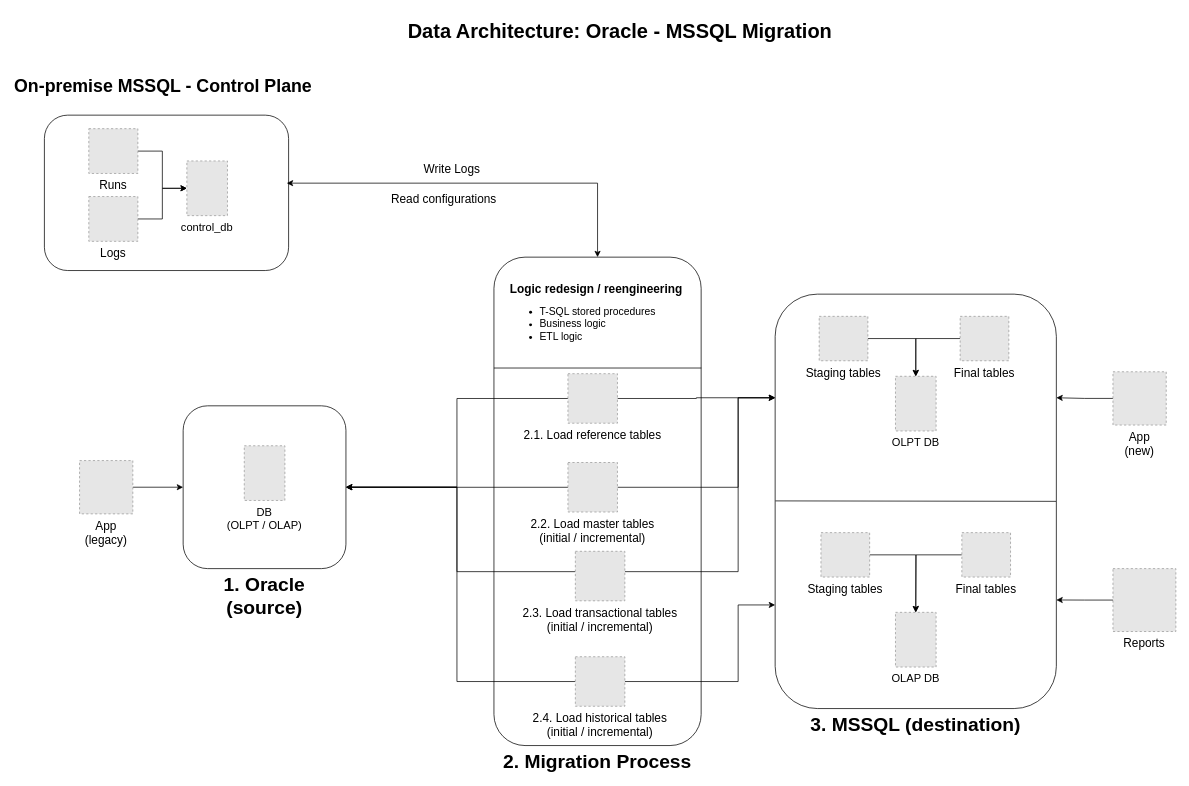
Earlier version of the draw.io diagram on_premise/oracle_mssql_migration/docs/data_processing_design.drawio (WilderJoseth/data-engineering-projects). Source tidied: cells renumbered, new cells numbered last; positions are measured from the earlier drawing's top-left corner, leaving out a move shared by most shapes. Both pictures are drawn from the tidied source at 74%, with x=0, y=0 at pixel (13, 13). Pictures stored in the file or linked from it are replaced by grey dashed boxes.
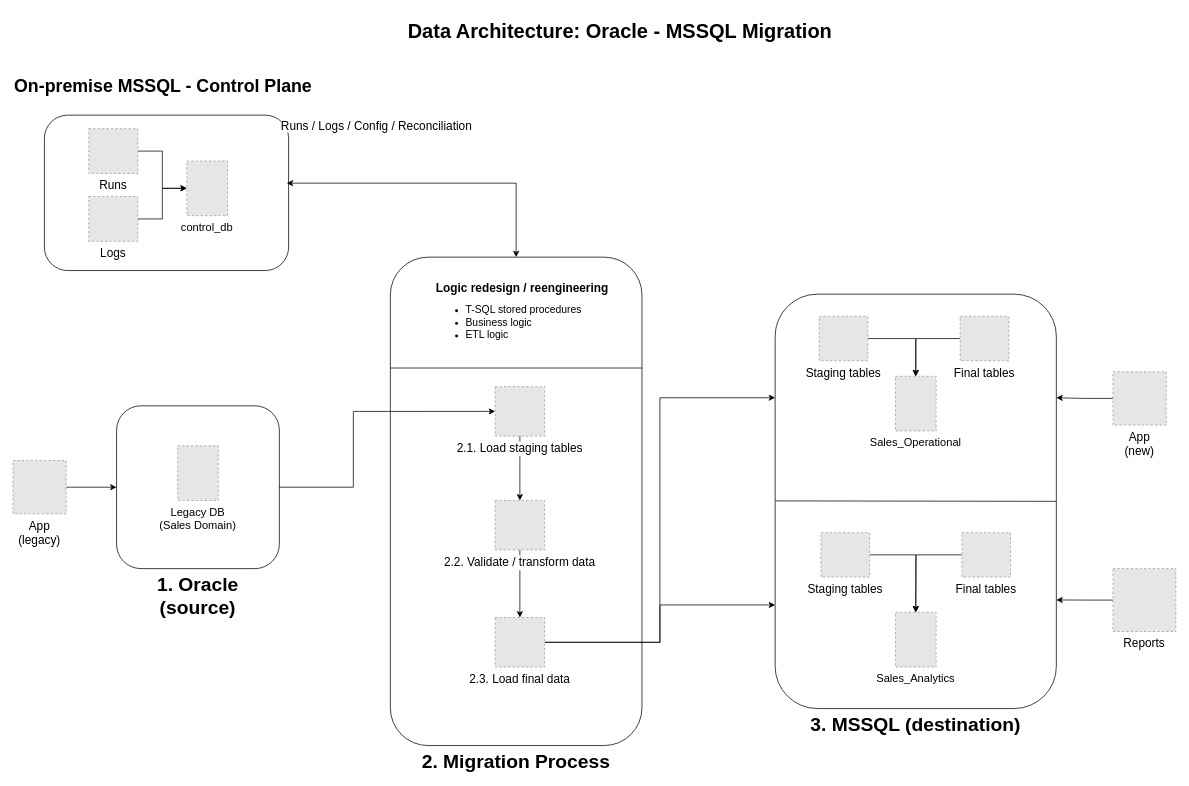
The same diagram, later.

The change refers to these unchanged cells:
```xml
<mxCell id="3" value="3. MSSQL (destination)" style="rounded=1;whiteSpace=wrap;html=1;fillColor=none;labelPosition=center;verticalLabelPosition=bottom;align=center;verticalAlign=top;fontSize=26;fontStyle=1;" parent="1" vertex="1">
  <mxGeometry x="1030" y="380" width="380" height="560" as="geometry" />
</mxCell>
```

What changed in the source:
```diff
@@
+    <mxCell id="48" style="edgeStyle=orthogonalEdgeStyle;rounded=0;jettySize=auto;html=1;entryX=0;entryY=0.5;entryDx=0;entryDy=0;" parent="1" edge="1" source="2" target="19">
+      <mxGeometry relative="1" as="geometry">
+        <Array as="points">
+          <mxPoint x="460" y="641" />
+          <mxPoint x="460" y="539" />
+        </Array>
+      </mxGeometry>
+    </mxCell>
     <mxCell id="2" value="&lt;font&gt;1. Oracle (source)&lt;/font&gt;" style="rounded=1;whiteSpace=wrap;html=1;fillColor=none;labelPosition=center;verticalLabelPosition=bottom;align=center;verticalAlign=top;fontSize=26;fontStyle=1;" parent="1" vertex="1">
-      <mxGeometry x="230" y="530.9" width="220" height="220" as="geometry" />
+      <mxGeometry x="140" y="530.9" width="220" height="220" as="geometry" />
     </mxCell>
@@
     <mxCell id="11" style="endArrow=classic;startArrow=classic;html=1;rounded=0;entryX=0.5;entryY=0;entryDx=0;entryDy=0;edgeStyle=orthogonalEdgeStyle;" parent="1" edge="1" target="16">
       <mxGeometry relative="1" as="geometry">
         <mxPoint x="370" y="230" as="sourcePoint" />
         <Array as="points">
-          <mxPoint x="790" y="230" />
+          <mxPoint x="680" y="230" />
         </Array>
       </mxGeometry>
     </mxCell>
-    <mxCell id="12" value="Read configurations" style="edgeLabel;html=1;align=center;verticalAlign=middle;fontSize=16;" parent="11" vertex="1">
-      <mxGeometry x="-0.19" y="-2" relative="1" as="geometry">
-        <mxPoint y="18" as="offset" />
-      </mxGeometry>
-    </mxCell>
-    <mxCell id="13" value="&lt;font style=&quot;font-size: 16px;&quot;&gt;Write Logs&lt;/font&gt;" style="edgeLabel;html=1;align=center;verticalAlign=middle;" parent="11" vertex="1">
+    <mxCell id="13" value="&lt;font style=&quot;font-size: 16px;&quot;&gt;Runs / Logs / Config / Reconciliation&lt;/font&gt;" style="edgeLabel;html=1;align=center;verticalAlign=middle;" parent="11" vertex="1">
       <mxGeometry x="0.53" y="-1" relative="1" as="geometry">
-        <mxPoint x="-176" y="-21" as="offset" />
+        <mxPoint x="-189" y="-83" as="offset" />
       </mxGeometry>
     </mxCell>
@@
     <mxCell id="15" value="App&#10;(legacy)" style="fillColor=#E6E6E6;strokeColor=#999999;dashed=1;verticalLabelPosition=bottom;labelBackgroundColor=default;verticalAlign=top;fontSize=16;" parent="1" vertex="1">
-      <mxGeometry x="90" y="604.9" width="72" height="72" as="geometry" />
+      <mxGeometry y="604.9" width="72" height="72" as="geometry" />
     </mxCell>
     <mxCell id="16" value="2. Migration Process" style="rounded=1;whiteSpace=wrap;html=1;fillColor=none;labelPosition=center;verticalLabelPosition=bottom;align=center;verticalAlign=top;fontSize=26;fontStyle=1;" parent="1" vertex="1">
-      <mxGeometry x="650" y="330" width="280" height="660" as="geometry" />
+      <mxGeometry x="510" y="330" width="340" height="660" as="geometry" />
     </mxCell>
-    <mxCell id="17" style="edgeStyle=orthogonalEdgeStyle;rounded=0;jettySize=auto;html=1;entryX=1;entryY=0.5;entryDx=0;entryDy=0;" parent="1" edge="1" source="19" target="2">
-      <mxGeometry relative="1" as="geometry" />
-    </mxCell>
-    <mxCell id="18" style="edgeStyle=orthogonalEdgeStyle;rounded=0;jettySize=auto;html=1;entryX=0;entryY=0.25;entryDx=0;entryDy=0;" parent="1" edge="1" source="19" target="3">
-      <mxGeometry relative="1" as="geometry" />
-    </mxCell>
+    <mxCell id="49" style="edgeStyle=orthogonalEdgeStyle;rounded=0;jettySize=auto;html=1;" parent="1" edge="1" source="19" target="22">
+      <mxGeometry relative="1" as="geometry" />
+    </mxCell>
-    <mxCell id="19" value="2.1. Load reference tables" style="fillColor=#E6E6E6;strokeColor=#999999;dashed=1;verticalLabelPosition=bottom;labelBackgroundColor=default;verticalAlign=top;fontSize=16;" parent="1" vertex="1">
-      <mxGeometry x="750" y="487.5" width="66.9" height="66.9" as="geometry" />
+    <mxCell id="19" value="2.1. Load staging tables" style="fillColor=#E6E6E6;strokeColor=#999999;dashed=1;verticalLabelPosition=bottom;labelBackgroundColor=default;verticalAlign=top;fontSize=16;" parent="1" vertex="1">
+      <mxGeometry x="651.6" y="505" width="66.9" height="66.9" as="geometry" />
     </mxCell>
-    <mxCell id="20" style="edgeStyle=orthogonalEdgeStyle;rounded=0;jettySize=auto;html=1;entryX=1;entryY=0.5;entryDx=0;entryDy=0;" parent="1" edge="1" source="22" target="2">
-      <mxGeometry relative="1" as="geometry" />
-    </mxCell>
-    <mxCell id="21" style="edgeStyle=orthogonalEdgeStyle;rounded=0;jettySize=auto;html=1;entryX=0;entryY=0.25;entryDx=0;entryDy=0;" parent="1" edge="1" source="22" target="3">
-      <mxGeometry relative="1" as="geometry">
-        <Array as="points">
-          <mxPoint x="980" y="641" />
-          <mxPoint x="980" y="520" />
-        </Array>
-      </mxGeometry>
-    </mxCell>
+    <mxCell id="50" style="edgeStyle=orthogonalEdgeStyle;rounded=0;jettySize=auto;html=1;" parent="1" edge="1" source="22" target="25">
+      <mxGeometry relative="1" as="geometry" />
+    </mxCell>
-    <mxCell id="22" value="2.2. Load master tables&#10;(initial / incremental)" style="fillColor=#E6E6E6;strokeColor=#999999;dashed=1;verticalLabelPosition=bottom;labelBackgroundColor=default;verticalAlign=top;fontSize=16;" parent="1" vertex="1">
-      <mxGeometry x="750" y="607.5" width="66.9" height="66.9" as="geometry" />
+    <mxCell id="22" value="2.2. Validate / transform data" style="fillColor=#E6E6E6;strokeColor=#999999;dashed=1;verticalLabelPosition=bottom;labelBackgroundColor=default;verticalAlign=top;fontSize=16;" parent="1" vertex="1">
+      <mxGeometry x="651.6" y="658.8" width="66.9" height="66.9" as="geometry" />
     </mxCell>
-    <mxCell id="23" style="edgeStyle=orthogonalEdgeStyle;rounded=0;jettySize=auto;html=1;entryX=1;entryY=0.5;entryDx=0;entryDy=0;" parent="1" edge="1" source="25" target="2">
-      <mxGeometry relative="1" as="geometry">
-        <Array as="points">
-          <mxPoint x="600" y="755" />
-          <mxPoint x="600" y="641" />
-        </Array>
-      </mxGeometry>
-    </mxCell>
-    <mxCell id="24" style="edgeStyle=orthogonalEdgeStyle;rounded=0;jettySize=auto;html=1;entryX=0;entryY=0.25;entryDx=0;entryDy=0;" parent="1" edge="1" source="25" target="3">
-      <mxGeometry relative="1" as="geometry">
-        <Array as="points">
-          <mxPoint x="980" y="755" />
-          <mxPoint x="980" y="520" />
-        </Array>
-      </mxGeometry>
-    </mxCell>
+    <mxCell id="51" style="edgeStyle=orthogonalEdgeStyle;rounded=0;jettySize=auto;html=1;entryX=0;entryY=0.25;entryDx=0;entryDy=0;" parent="1" edge="1" source="25" target="3">
+      <mxGeometry relative="1" as="geometry" />
+    </mxCell>
+    <mxCell id="52" style="edgeStyle=orthogonalEdgeStyle;rounded=0;jettySize=auto;html=1;entryX=0;entryY=0.75;entryDx=0;entryDy=0;" parent="1" edge="1" source="25" target="3">
+      <mxGeometry relative="1" as="geometry" />
+    </mxCell>
-    <mxCell id="25" value="2.3. Load transactional tables&#10;(initial / incremental)" style="fillColor=#E6E6E6;strokeColor=#999999;dashed=1;verticalLabelPosition=bottom;labelBackgroundColor=default;verticalAlign=top;fontSize=16;" parent="1" vertex="1">
-      <mxGeometry x="760" y="727.5" width="66.9" height="66.9" as="geometry" />
+    <mxCell id="25" value="2.3. Load final data" style="fillColor=#E6E6E6;strokeColor=#999999;dashed=1;verticalLabelPosition=bottom;labelBackgroundColor=default;verticalAlign=top;fontSize=16;" parent="1" vertex="1">
+      <mxGeometry x="651.6" y="817" width="66.9" height="66.9" as="geometry" />
     </mxCell>
@@
-    <mxCell id="27" value="OLPT DB" style="fillColor=#E6E6E6;strokeColor=#999999;dashed=1;verticalLabelPosition=bottom;labelBackgroundColor=default;verticalAlign=top;fontSize=15;" parent="1" vertex="1">
+    <mxCell id="27" value="Sales_Operational" style="fillColor=#E6E6E6;strokeColor=#999999;dashed=1;verticalLabelPosition=bottom;labelBackgroundColor=default;verticalAlign=top;fontSize=15;" parent="1" vertex="1">
       <mxGeometry x="1192.6" y="491" width="54.9" height="73.9" as="geometry" />
     </mxCell>
-    <mxCell id="28" value="OLAP DB" style="fillColor=#E6E6E6;strokeColor=#999999;dashed=1;verticalLabelPosition=bottom;labelBackgroundColor=default;verticalAlign=top;fontSize=15;" parent="1" vertex="1">
+    <mxCell id="28" value="Sales_Analytics" style="fillColor=#E6E6E6;strokeColor=#999999;dashed=1;verticalLabelPosition=bottom;labelBackgroundColor=default;verticalAlign=top;fontSize=15;" parent="1" vertex="1">
       <mxGeometry x="1192.6" y="810" width="54.9" height="73.9" as="geometry" />
     </mxCell>
-    <mxCell id="29" value="DB&#10;(OLPT / OLAP)" style="fillColor=#E6E6E6;strokeColor=#999999;dashed=1;verticalLabelPosition=bottom;labelBackgroundColor=default;verticalAlign=top;fontSize=15;" parent="1" vertex="1">
-      <mxGeometry x="312.6" y="584.9" width="54.9" height="73.9" as="geometry" />
+    <mxCell id="29" value="Legacy DB&#10;(Sales Domain)" style="fillColor=#E6E6E6;strokeColor=#999999;dashed=1;verticalLabelPosition=bottom;labelBackgroundColor=default;verticalAlign=top;fontSize=15;" parent="1" vertex="1">
+      <mxGeometry x="222.6" y="584.9" width="54.9" height="73.9" as="geometry" />
     </mxCell>
-    <mxCell id="30" style="edgeStyle=orthogonalEdgeStyle;rounded=0;jettySize=auto;html=1;entryX=1;entryY=0.5;entryDx=0;entryDy=0;" parent="1" edge="1" source="32" target="2">
-      <mxGeometry relative="1" as="geometry">
-        <Array as="points">
-          <mxPoint x="600" y="903" />
-          <mxPoint x="600" y="641" />
-        </Array>
-      </mxGeometry>
-    </mxCell>
-    <mxCell id="31" style="edgeStyle=orthogonalEdgeStyle;rounded=0;jettySize=auto;html=1;entryX=0;entryY=0.75;entryDx=0;entryDy=0;" parent="1" edge="1" source="32" target="3">
-      <mxGeometry relative="1" as="geometry">
-        <Array as="points">
-          <mxPoint x="980" y="903" />
-          <mxPoint x="980" y="800" />
-        </Array>
-      </mxGeometry>
-    </mxCell>
-    <mxCell id="32" value="2.4. Load historical tables&#10;(initial / incremental)" style="fillColor=#E6E6E6;strokeColor=#999999;dashed=1;verticalLabelPosition=bottom;labelBackgroundColor=default;verticalAlign=top;fontSize=16;" parent="1" vertex="1">
-      <mxGeometry x="760" y="870" width="66.9" height="66.9" as="geometry" />
-    </mxCell>
@@
     <mxCell id="36" value="&lt;div&gt;&lt;font style=&quot;font-size: 16px;&quot;&gt;&lt;b style=&quot;&quot;&gt;Logic redesign / reengineering&lt;/b&gt;&lt;/font&gt;&lt;/div&gt;&lt;ul&gt;&lt;li&gt;&lt;font style=&quot;font-size: 14px;&quot;&gt;T-SQL stored procedures&lt;/font&gt;&lt;/li&gt;&lt;li&gt;&lt;font style=&quot;font-size: 14px;&quot;&gt;Business logic&lt;/font&gt;&lt;/li&gt;&lt;li&gt;&lt;font style=&quot;font-size: 14px;&quot;&gt;ETL logic&lt;/font&gt;&lt;/li&gt;&lt;/ul&gt;" style="rounded=1;whiteSpace=wrap;html=1;fillColor=none;align=left;strokeColor=none;" parent="1" vertex="1">
-      <mxGeometry x="670" y="350" width="240" height="120" as="geometry" />
+      <mxGeometry x="570" y="348.1" width="240" height="120" as="geometry" />
     </mxCell>
```
